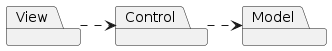
Above: docs/UML/Architectural Design/package-diagram.png in LapTQ/MCT (PlantUML), before the change. The source it was exported from:
```plantuml
@startuml

package View

package Control

package Model

View .right.> Control
Control .right.> Model

@enduml
```
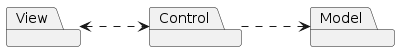
After the commit.

The edit, as a diff of the source:
```diff
@@ -6,7 +6,7 @@
 
 package Model
 
-View .right.> Control
-Control .right.> Model
+View <.right.> Control: "        "
+Control .right.> Model: "        "
 
 @enduml
```
